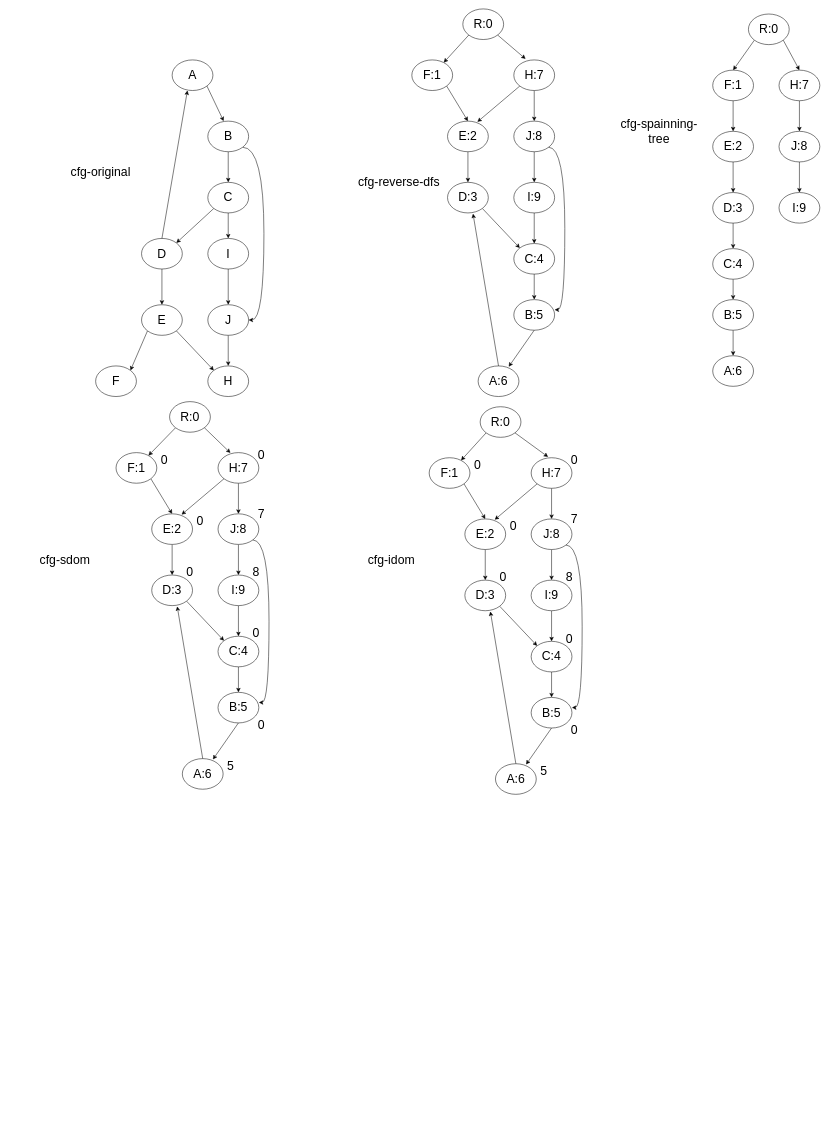
The draw.io diagram post-domaintor-reverse.drawio in liyp1120/draw.io, before the edit. Source tidied: cells renumbered, new cells numbered last; positions are measured from the earlier drawing's top-left corner, leaving out a move shared by most shapes. Both pictures are drawn from the tidied source at 51%, with x=0, y=0 at pixel (34, 9).
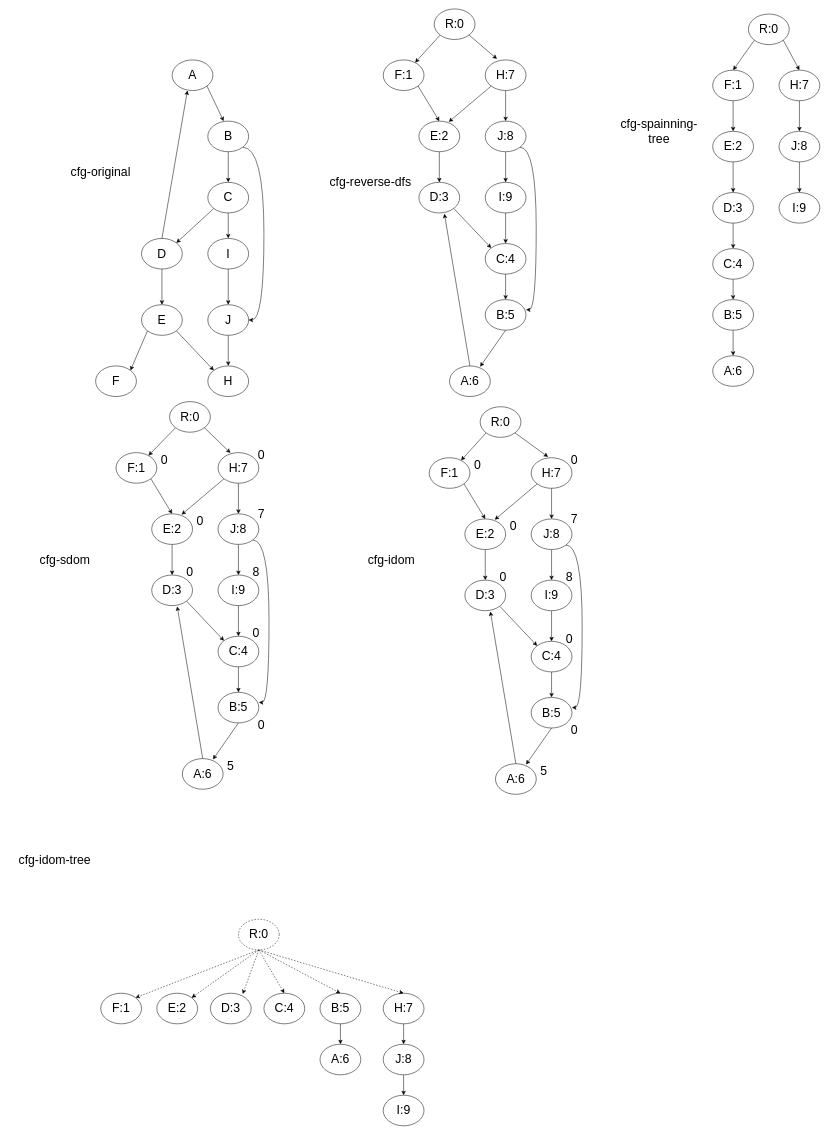
The same page after the edit.

Diff of the diagram source:
```diff
@@
     <mxCell id="23" value="&lt;font style=&quot;font-size: 24px;&quot;&gt;F:1&lt;/font&gt;" style="ellipse;whiteSpace=wrap;html=1;" parent="1" vertex="1">
-      <mxGeometry x="740" y="100" width="80" height="60" as="geometry" />
+      <mxGeometry x="683.9" y="100" width="80" height="60" as="geometry" />
     </mxCell>
@@
     <mxCell id="25" value="&lt;font style=&quot;font-size: 24px;&quot;&gt;H:7&lt;/font&gt;" style="ellipse;whiteSpace=wrap;html=1;" parent="1" vertex="1">
-      <mxGeometry x="940" y="100" width="80" height="60" as="geometry" />
+      <mxGeometry x="883.9" y="100" width="80" height="60" as="geometry" />
     </mxCell>
@@
     <mxCell id="27" value="&lt;font style=&quot;font-size: 24px;&quot;&gt;E:2&lt;/font&gt;" style="ellipse;whiteSpace=wrap;html=1;" parent="1" vertex="1">
-      <mxGeometry x="810" y="220" width="80" height="60" as="geometry" />
+      <mxGeometry x="753.9" y="220" width="80" height="60" as="geometry" />
     </mxCell>
@@
     <mxCell id="29" value="&lt;font style=&quot;font-size: 24px;&quot;&gt;J:8&lt;/font&gt;" style="ellipse;whiteSpace=wrap;html=1;" parent="1" vertex="1">
-      <mxGeometry x="940" y="220" width="80" height="60" as="geometry" />
+      <mxGeometry x="883.9" y="220" width="80" height="60" as="geometry" />
     </mxCell>
@@
     <mxCell id="31" value="&lt;span style=&quot;font-size: 24px;&quot;&gt;D:3&lt;/span&gt;" style="ellipse;whiteSpace=wrap;html=1;" parent="1" vertex="1">
-      <mxGeometry x="810" y="340" width="80" height="60" as="geometry" />
+      <mxGeometry x="753.9" y="340" width="80" height="60" as="geometry" />
     </mxCell>
@@
     <mxCell id="33" value="&lt;font style=&quot;font-size: 24px;&quot;&gt;I:9&lt;/font&gt;" style="ellipse;whiteSpace=wrap;html=1;" parent="1" vertex="1">
-      <mxGeometry x="940" y="340" width="80" height="60" as="geometry" />
+      <mxGeometry x="883.9" y="340" width="80" height="60" as="geometry" />
     </mxCell>
@@
     <mxCell id="35" value="&lt;font style=&quot;font-size: 24px;&quot;&gt;C:4&lt;/font&gt;" style="ellipse;whiteSpace=wrap;html=1;" parent="1" vertex="1">
-      <mxGeometry x="940" y="460" width="80" height="60" as="geometry" />
+      <mxGeometry x="883.9" y="460" width="80" height="60" as="geometry" />
     </mxCell>
     <mxCell id="36" value="&lt;font style=&quot;font-size: 24px;&quot;&gt;B:5&lt;/font&gt;" style="ellipse;whiteSpace=wrap;html=1;" parent="1" vertex="1">
-      <mxGeometry x="940" y="570" width="80" height="60" as="geometry" />
+      <mxGeometry x="883.9" y="570" width="80" height="60" as="geometry" />
     </mxCell>
     <mxCell id="37" value="&lt;font style=&quot;font-size: 24px;&quot;&gt;A:6&lt;/font&gt;" style="ellipse;whiteSpace=wrap;html=1;" parent="1" vertex="1">
-      <mxGeometry x="870" y="700" width="80" height="60" as="geometry" />
+      <mxGeometry x="813.9" y="700" width="80" height="60" as="geometry" />
     </mxCell>
@@
     <mxCell id="41" style="edgeStyle=orthogonalEdgeStyle;curved=1;rounded=0;jettySize=auto;html=1;exitX=1;exitY=1;exitDx=0;exitDy=0;entryX=1;entryY=0.333;entryDx=0;entryDy=0;entryPerimeter=0;" parent="1" edge="1" source="29" target="36">
       <mxGeometry relative="1" as="geometry">
         <Array as="points">
-          <mxPoint x="1040" y="271" />
-          <mxPoint x="1040" y="590" />
+          <mxPoint x="983.9" y="271" />
+          <mxPoint x="983.9" y="590" />
         </Array>
       </mxGeometry>
     </mxCell>
@@
     <mxCell id="103" value="&lt;font style=&quot;font-size: 24px;&quot;&gt;R:0&lt;/font&gt;" style="ellipse;whiteSpace=wrap;html=1;" parent="1" vertex="1">
-      <mxGeometry x="840" width="80" height="60" as="geometry" />
+      <mxGeometry x="783.9" width="80" height="60" as="geometry" />
     </mxCell>
@@
     <mxCell id="131" value="&lt;font style=&quot;font-size: 24px;&quot;&gt;cfg-reverse-dfs&lt;/font&gt;" style="rounded=1;whiteSpace=wrap;html=1;fillColor=none;strokeColor=none;" parent="1" vertex="1">
-      <mxGeometry x="630" y="310" width="170" height="60" as="geometry" />
+      <mxGeometry x="573.9" y="310" width="170" height="60" as="geometry" />
     </mxCell>
@@
+    <mxCell id="133" value="&lt;font style=&quot;font-size: 24px;&quot;&gt;cfg-idom-tree&lt;/font&gt;" style="rounded=1;whiteSpace=wrap;html=1;strokeColor=none;fillColor=none;" parent="1" vertex="1">
+      <mxGeometry x="-50" y="1640" width="180" height="60" as="geometry" />
+    </mxCell>
+    <mxCell id="134" value="&lt;font style=&quot;font-size: 24px;&quot;&gt;F:1&lt;/font&gt;" style="ellipse;whiteSpace=wrap;html=1;" parent="1" vertex="1">
+      <mxGeometry x="130" y="1930" width="80" height="60" as="geometry" />
+    </mxCell>
+    <mxCell id="135" style="edgeStyle=none;rounded=0;jettySize=auto;html=1;" parent="1" edge="1" source="136" target="139">
+      <mxGeometry relative="1" as="geometry" />
+    </mxCell>
+    <mxCell id="136" value="&lt;font style=&quot;font-size: 24px;&quot;&gt;H:7&lt;/font&gt;" style="ellipse;whiteSpace=wrap;html=1;" parent="1" vertex="1">
+      <mxGeometry x="683.9" y="1930" width="80" height="60" as="geometry" />
+    </mxCell>
+    <mxCell id="137" value="&lt;font style=&quot;font-size: 24px;&quot;&gt;E:2&lt;/font&gt;" style="ellipse;whiteSpace=wrap;html=1;" parent="1" vertex="1">
+      <mxGeometry x="240" y="1930" width="80" height="60" as="geometry" />
+    </mxCell>
+    <mxCell id="138" style="edgeStyle=none;rounded=0;jettySize=auto;html=1;" parent="1" edge="1" source="139" target="141">
+      <mxGeometry relative="1" as="geometry" />
+    </mxCell>
+    <mxCell id="139" value="&lt;font style=&quot;font-size: 24px;&quot;&gt;J:8&lt;/font&gt;" style="ellipse;whiteSpace=wrap;html=1;" parent="1" vertex="1">
+      <mxGeometry x="683.9" y="2030" width="80" height="60" as="geometry" />
+    </mxCell>
+    <mxCell id="140" value="&lt;span style=&quot;font-size: 24px;&quot;&gt;D:3&lt;/span&gt;" style="ellipse;whiteSpace=wrap;html=1;" parent="1" vertex="1">
+      <mxGeometry x="345" y="1930" width="80" height="60" as="geometry" />
+    </mxCell>
+    <mxCell id="141" value="&lt;font style=&quot;font-size: 24px;&quot;&gt;I:9&lt;/font&gt;" style="ellipse;whiteSpace=wrap;html=1;" parent="1" vertex="1">
+      <mxGeometry x="683.9" y="2130" width="80" height="60" as="geometry" />
+    </mxCell>
+    <mxCell id="142" value="&lt;font style=&quot;font-size: 24px;&quot;&gt;C:4&lt;/font&gt;" style="ellipse;whiteSpace=wrap;html=1;" parent="1" vertex="1">
+      <mxGeometry x="450" y="1930" width="80" height="60" as="geometry" />
+    </mxCell>
+    <mxCell id="143" style="edgeStyle=none;rounded=0;jettySize=auto;html=1;" parent="1" edge="1" source="144" target="145">
+      <mxGeometry relative="1" as="geometry" />
+    </mxCell>
+    <mxCell id="144" value="&lt;font style=&quot;font-size: 24px;&quot;&gt;B:5&lt;/font&gt;" style="ellipse;whiteSpace=wrap;html=1;" parent="1" vertex="1">
+      <mxGeometry x="560" y="1930" width="80" height="60" as="geometry" />
+    </mxCell>
+    <mxCell id="145" value="&lt;font style=&quot;font-size: 24px;&quot;&gt;A:6&lt;/font&gt;" style="ellipse;whiteSpace=wrap;html=1;" parent="1" vertex="1">
+      <mxGeometry x="560" y="2030" width="80" height="60" as="geometry" />
+    </mxCell>
+    <mxCell id="146" style="edgeStyle=none;rounded=0;jettySize=auto;html=1;exitX=0.5;exitY=1;exitDx=0;exitDy=0;entryX=1;entryY=0;entryDx=0;entryDy=0;dashed=1;" parent="1" edge="1" source="151" target="137">
+      <mxGeometry relative="1" as="geometry" />
+    </mxCell>
+    <mxCell id="147" style="edgeStyle=none;rounded=0;jettySize=auto;html=1;exitX=0.5;exitY=1;exitDx=0;exitDy=0;entryX=0.5;entryY=0;entryDx=0;entryDy=0;dashed=1;" parent="1" edge="1" source="151" target="142">
+      <mxGeometry relative="1" as="geometry" />
+    </mxCell>
+    <mxCell id="148" style="edgeStyle=none;rounded=0;jettySize=auto;html=1;exitX=0.5;exitY=1;exitDx=0;exitDy=0;entryX=0.5;entryY=0;entryDx=0;entryDy=0;dashed=1;" parent="1" edge="1" source="151" target="144">
+      <mxGeometry relative="1" as="geometry" />
+    </mxCell>
+    <mxCell id="149" style="edgeStyle=none;rounded=0;jettySize=auto;html=1;exitX=0.5;exitY=1;exitDx=0;exitDy=0;entryX=0.5;entryY=0;entryDx=0;entryDy=0;dashed=1;" parent="1" edge="1" source="151" target="136">
+      <mxGeometry relative="1" as="geometry" />
+    </mxCell>
+    <mxCell id="150" style="edgeStyle=none;rounded=0;jettySize=auto;html=1;exitX=0.5;exitY=1;exitDx=0;exitDy=0;entryX=1;entryY=0;entryDx=0;entryDy=0;dashed=1;" parent="1" edge="1" source="151" target="134">
+      <mxGeometry relative="1" as="geometry" />
+    </mxCell>
+    <mxCell id="151" value="&lt;font style=&quot;font-size: 24px;&quot;&gt;R:0&lt;/font&gt;" style="ellipse;whiteSpace=wrap;html=1;dashed=1;" parent="1" vertex="1">
+      <mxGeometry x="400" y="1785" width="80" height="60" as="geometry" />
+    </mxCell>
+    <mxCell id="152" style="edgeStyle=none;rounded=0;jettySize=auto;html=1;exitX=0.5;exitY=1;exitDx=0;exitDy=0;entryX=0.793;entryY=0.023;entryDx=0;entryDy=0;entryPerimeter=0;dashed=1;" parent="1" edge="1" source="151" target="140">
+      <mxGeometry relative="1" as="geometry" />
+    </mxCell>
```
